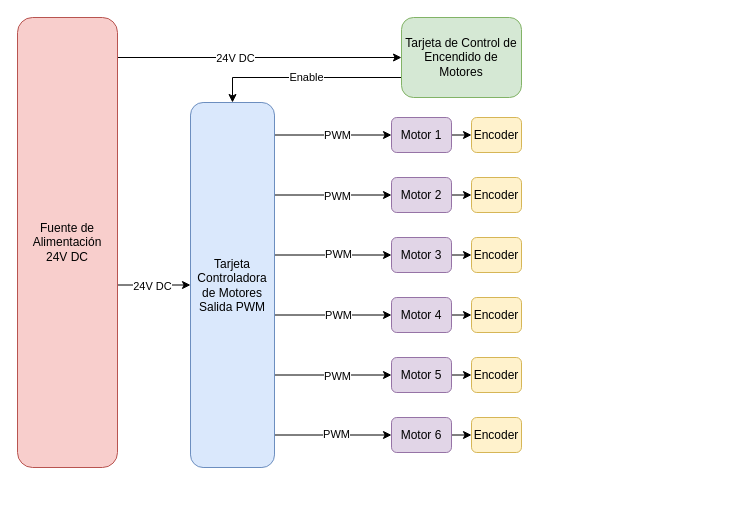
Above: MIR/Untitled Diagram.drawio in fgomez1211/Personal (draw.io), before the change. Source tidied: cells renumbered, new cells numbered last; positions are measured from the earlier drawing's top-left corner, leaving out a move shared by most shapes. Both pictures are drawn from the tidied source at 100%, with x=0, y=0 at pixel (17, 17).
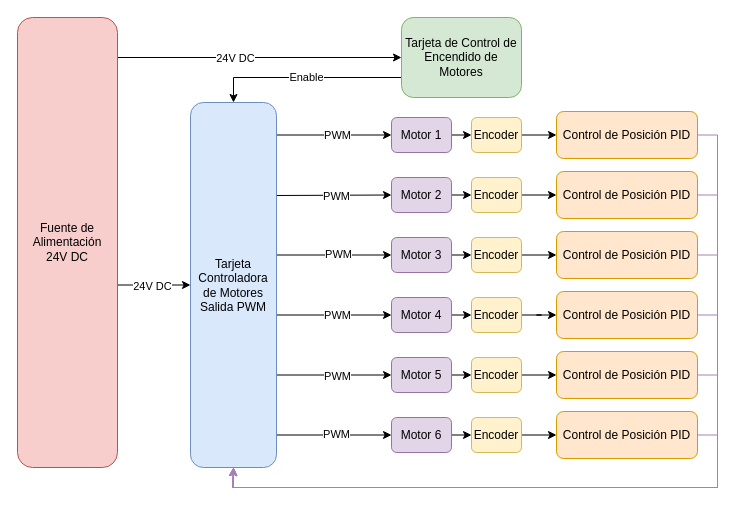
The same page after the edit.

Unchanged cells that the change refers to:
```xml
<mxCell id="35" value="Encoder" style="rounded=1;whiteSpace=wrap;html=1;fillColor=#fff2cc;strokeColor=#d6b656;" parent="1" vertex="1">
  <mxGeometry x="454" y="100" width="50" height="35" as="geometry" />
</mxCell>
<mxCell id="36" value="Encoder" style="rounded=1;whiteSpace=wrap;html=1;fillColor=#fff2cc;strokeColor=#d6b656;" parent="1" vertex="1">
  <mxGeometry x="454" y="160" width="50" height="35" as="geometry" />
</mxCell>
<mxCell id="37" value="Encoder" style="rounded=1;whiteSpace=wrap;html=1;fillColor=#fff2cc;strokeColor=#d6b656;" parent="1" vertex="1">
  <mxGeometry x="454" y="220" width="50" height="35" as="geometry" />
</mxCell>
<mxCell id="38" value="Encoder" style="rounded=1;whiteSpace=wrap;html=1;fillColor=#fff2cc;strokeColor=#d6b656;" parent="1" vertex="1">
  <mxGeometry x="454" y="280" width="50" height="35" as="geometry" />
</mxCell>
<mxCell id="39" value="Encoder" style="rounded=1;whiteSpace=wrap;html=1;fillColor=#fff2cc;strokeColor=#d6b656;" parent="1" vertex="1">
  <mxGeometry x="454" y="340" width="50" height="35" as="geometry" />
</mxCell>
<mxCell id="40" value="Encoder" style="rounded=1;whiteSpace=wrap;html=1;fillColor=#fff2cc;strokeColor=#d6b656;" parent="1" vertex="1">
  <mxGeometry x="454" y="400" width="50" height="35" as="geometry" />
</mxCell>
```

Change to the diagram source:
```diff
@@
     <mxCell id="24" value="Tarjeta Controladora de Motores&lt;br&gt;Salida PWM" style="rounded=1;whiteSpace=wrap;html=1;fillColor=#dae8fc;strokeColor=#6c8ebf;" parent="1" vertex="1">
-      <mxGeometry x="173" y="85" width="84" height="365" as="geometry" />
+      <mxGeometry x="173" y="85" width="86" height="365" as="geometry" />
     </mxCell>
@@
+    <mxCell id="41" style="edgeStyle=orthogonalEdgeStyle;rounded=0;jettySize=auto;html=1;exitX=1;exitY=0.5;exitDx=0;exitDy=0;entryX=0;entryY=0.5;entryDx=0;entryDy=0;" parent="1" edge="1" source="35" target="48">
+      <mxGeometry relative="1" as="geometry" />
+    </mxCell>
@@
+    <mxCell id="42" style="edgeStyle=orthogonalEdgeStyle;rounded=0;jettySize=auto;html=1;exitX=1;exitY=0.5;exitDx=0;exitDy=0;entryX=0;entryY=0.5;entryDx=0;entryDy=0;" parent="1" edge="1" source="36" target="49">
+      <mxGeometry relative="1" as="geometry" />
+    </mxCell>
@@
+    <mxCell id="43" style="edgeStyle=orthogonalEdgeStyle;rounded=0;jettySize=auto;html=1;exitX=1;exitY=0.5;exitDx=0;exitDy=0;entryX=0;entryY=0.5;entryDx=0;entryDy=0;" parent="1" edge="1" source="37" target="51">
+      <mxGeometry relative="1" as="geometry" />
+    </mxCell>
@@
+    <mxCell id="44" style="edgeStyle=orthogonalEdgeStyle;rounded=0;jettySize=auto;html=1;exitX=1;exitY=0.5;exitDx=0;exitDy=0;" parent="1" edge="1" source="38" target="53">
+      <mxGeometry relative="1" as="geometry" />
+    </mxCell>
@@
+    <mxCell id="45" style="edgeStyle=orthogonalEdgeStyle;rounded=0;jettySize=auto;html=1;exitX=1;exitY=0.5;exitDx=0;exitDy=0;entryX=0;entryY=0.5;entryDx=0;entryDy=0;" parent="1" edge="1" source="39" target="55">
+      <mxGeometry relative="1" as="geometry" />
+    </mxCell>
@@
+    <mxCell id="46" style="edgeStyle=orthogonalEdgeStyle;rounded=0;jettySize=auto;html=1;exitX=1;exitY=0.5;exitDx=0;exitDy=0;entryX=0;entryY=0.5;entryDx=0;entryDy=0;" parent="1" edge="1" source="40" target="57">
+      <mxGeometry relative="1" as="geometry" />
+    </mxCell>
@@
+    <mxCell id="47" style="edgeStyle=orthogonalEdgeStyle;rounded=0;jettySize=auto;html=1;exitX=1;exitY=0.5;exitDx=0;exitDy=0;entryX=0.5;entryY=1;entryDx=0;entryDy=0;strokeColor=#A680B8;" parent="1" edge="1" source="48" target="24">
+      <mxGeometry relative="1" as="geometry" />
+    </mxCell>
+    <mxCell id="48" value="Control de Posición PID" style="rounded=1;whiteSpace=wrap;html=1;fillColor=#ffe6cc;strokeColor=#d79b00;" parent="1" vertex="1">
+      <mxGeometry x="539" y="94" width="141" height="47" as="geometry" />
+    </mxCell>
+    <mxCell id="49" value="Control de Posición PID" style="rounded=1;whiteSpace=wrap;html=1;fillColor=#ffe6cc;strokeColor=#d79b00;" parent="1" vertex="1">
+      <mxGeometry x="539" y="154" width="141" height="47" as="geometry" />
+    </mxCell>
+    <mxCell id="50" style="edgeStyle=orthogonalEdgeStyle;rounded=0;jettySize=auto;html=1;exitX=1;exitY=0.5;exitDx=0;exitDy=0;entryX=0.5;entryY=1;entryDx=0;entryDy=0;strokeColor=#A680B8;" parent="1" edge="1" source="51" target="24">
+      <mxGeometry relative="1" as="geometry" />
+    </mxCell>
+    <mxCell id="51" value="Control de Posición PID" style="rounded=1;whiteSpace=wrap;html=1;fillColor=#ffe6cc;strokeColor=#d79b00;" parent="1" vertex="1">
+      <mxGeometry x="539" y="214" width="141" height="47" as="geometry" />
+    </mxCell>
+    <mxCell id="52" style="edgeStyle=orthogonalEdgeStyle;rounded=0;jettySize=auto;html=1;exitX=1;exitY=0.5;exitDx=0;exitDy=0;entryX=0.5;entryY=1;entryDx=0;entryDy=0;strokeColor=#A680B8;" parent="1" edge="1" source="53" target="24">
+      <mxGeometry relative="1" as="geometry">
+        <Array as="points">
+          <mxPoint x="700" y="298" />
+          <mxPoint x="700" y="470" />
+          <mxPoint x="215" y="470" />
+        </Array>
+      </mxGeometry>
+    </mxCell>
+    <mxCell id="53" value="Control de Posición PID" style="rounded=1;whiteSpace=wrap;html=1;fillColor=#ffe6cc;strokeColor=#d79b00;" parent="1" vertex="1">
+      <mxGeometry x="539" y="274" width="141" height="47" as="geometry" />
+    </mxCell>
+    <mxCell id="54" style="edgeStyle=orthogonalEdgeStyle;rounded=0;jettySize=auto;html=1;exitX=1;exitY=0.5;exitDx=0;exitDy=0;entryX=0.5;entryY=1;entryDx=0;entryDy=0;strokeColor=#A680B8;" parent="1" edge="1" source="55" target="24">
+      <mxGeometry relative="1" as="geometry">
+        <Array as="points">
+          <mxPoint x="700" y="358" />
+          <mxPoint x="700" y="470" />
+          <mxPoint x="215" y="470" />
+        </Array>
+      </mxGeometry>
+    </mxCell>
+    <mxCell id="55" value="Control de Posición PID" style="rounded=1;whiteSpace=wrap;html=1;fillColor=#ffe6cc;strokeColor=#d79b00;" parent="1" vertex="1">
+      <mxGeometry x="539" y="334" width="141" height="47" as="geometry" />
+    </mxCell>
+    <mxCell id="56" style="edgeStyle=orthogonalEdgeStyle;rounded=0;jettySize=auto;html=1;exitX=1;exitY=0.5;exitDx=0;exitDy=0;entryX=0.5;entryY=1;entryDx=0;entryDy=0;strokeColor=#A680B8;" parent="1" edge="1" source="57" target="24">
+      <mxGeometry relative="1" as="geometry">
+        <Array as="points">
+          <mxPoint x="700" y="418" />
+          <mxPoint x="700" y="470" />
+          <mxPoint x="215" y="470" />
+        </Array>
+      </mxGeometry>
+    </mxCell>
+    <mxCell id="57" value="Control de Posición PID" style="rounded=1;whiteSpace=wrap;html=1;fillColor=#ffe6cc;strokeColor=#d79b00;" parent="1" vertex="1">
+      <mxGeometry x="539" y="394" width="141" height="47" as="geometry" />
+    </mxCell>
+    <mxCell id="58" style="edgeStyle=orthogonalEdgeStyle;rounded=0;jettySize=auto;html=1;exitX=1;exitY=0.5;exitDx=0;exitDy=0;entryX=0.5;entryY=1;entryDx=0;entryDy=0;strokeColor=#A680B8;" parent="1" edge="1" source="49" target="24">
+      <mxGeometry relative="1" as="geometry">
+        <Array as="points">
+          <mxPoint x="700" y="178" />
+          <mxPoint x="700" y="470" />
+          <mxPoint x="215" y="470" />
+        </Array>
+      </mxGeometry>
+    </mxCell>
```
